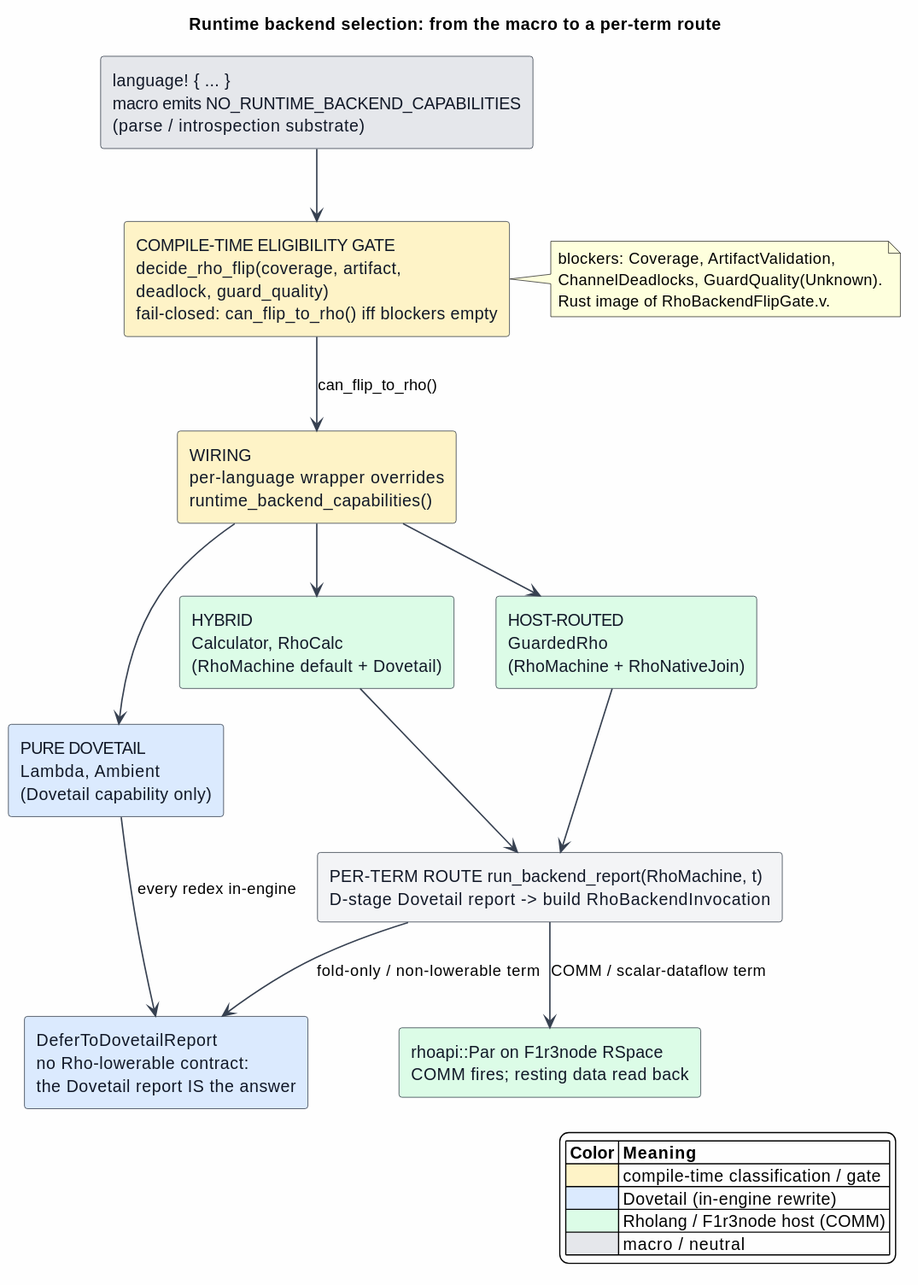
Before: docs/architecture/figures/backend-selection.svg, a diagram exported from PlantUML (F1R3FLY-io/mettail-rust). Source of this version:
```plantuml
@startuml
title Runtime backend selection: from the macro to a per-term route

skinparam backgroundColor #FEFEFE
skinparam shadowing false
skinparam ArrowColor #374151
skinparam ArrowThickness 1.2
skinparam rectangle {
  BorderColor #1F2937
  FontColor #111827
}

rectangle "language! { ... }\nmacro emits NO_RUNTIME_BACKEND_CAPABILITIES\n(parse / introspection substrate)" as MACRO #E5E7EB

rectangle "COMPILE-TIME ELIGIBILITY GATE\ndecide_rho_flip(coverage, artifact,\ndeadlock, guard_quality)\nfail-closed: can_flip_to_rho() iff blockers empty" as GATE #FEF3C7

rectangle "WIRING\nper-language wrapper overrides\nruntime_backend_capabilities()" as WIRE #FEF3C7

rectangle "PURE DOVETAIL\nLambda, Ambient\n(Dovetail capability only)" as DOVE #DBEAFE
rectangle "HYBRID\nCalculator, RhoCalc\n(RhoMachine default + Dovetail)" as HYBRID #DCFCE7
rectangle "HOST-ROUTED\nGuardedRho\n(RhoMachine + RhoNativeJoin)" as HOST #DCFCE7

rectangle "PER-TERM ROUTE   run_backend_report(RhoMachine, t)\nD-stage Dovetail report  ->  build RhoBackendInvocation" as ROUTE #F3F4F6
rectangle "DeferToDovetailReport\nno Rho-lowerable contract:\nthe Dovetail report IS the answer" as DEFER #DBEAFE
rectangle "rhoapi::Par on F1r3node RSpace\nCOMM fires; resting data read back" as PAR #DCFCE7

MACRO --> GATE
GATE --> WIRE : can_flip_to_rho()
WIRE --> DOVE
WIRE --> HYBRID
WIRE --> HOST
HYBRID --> ROUTE
HOST --> ROUTE
ROUTE --> DEFER : fold-only / non-lowerable term
ROUTE --> PAR : COMM / scalar-dataflow term
DOVE --> DEFER : every redex in-engine

note right of GATE
  blockers: Coverage, ArtifactValidation,
  ChannelDeadlocks, GuardQuality(Unknown).
  Rust image of RhoBackendFlipGate.v.
end note

legend right
|= Color |= Meaning |
|<#FEF3C7> | compile-time classification / gate |
|<#DBEAFE> | Dovetail (in-engine rewrite) |
|<#DCFCE7> | Rholang / F1r3node host (COMM) |
|<#E5E7EB> | macro / neutral |
endlegend
@enduml
```
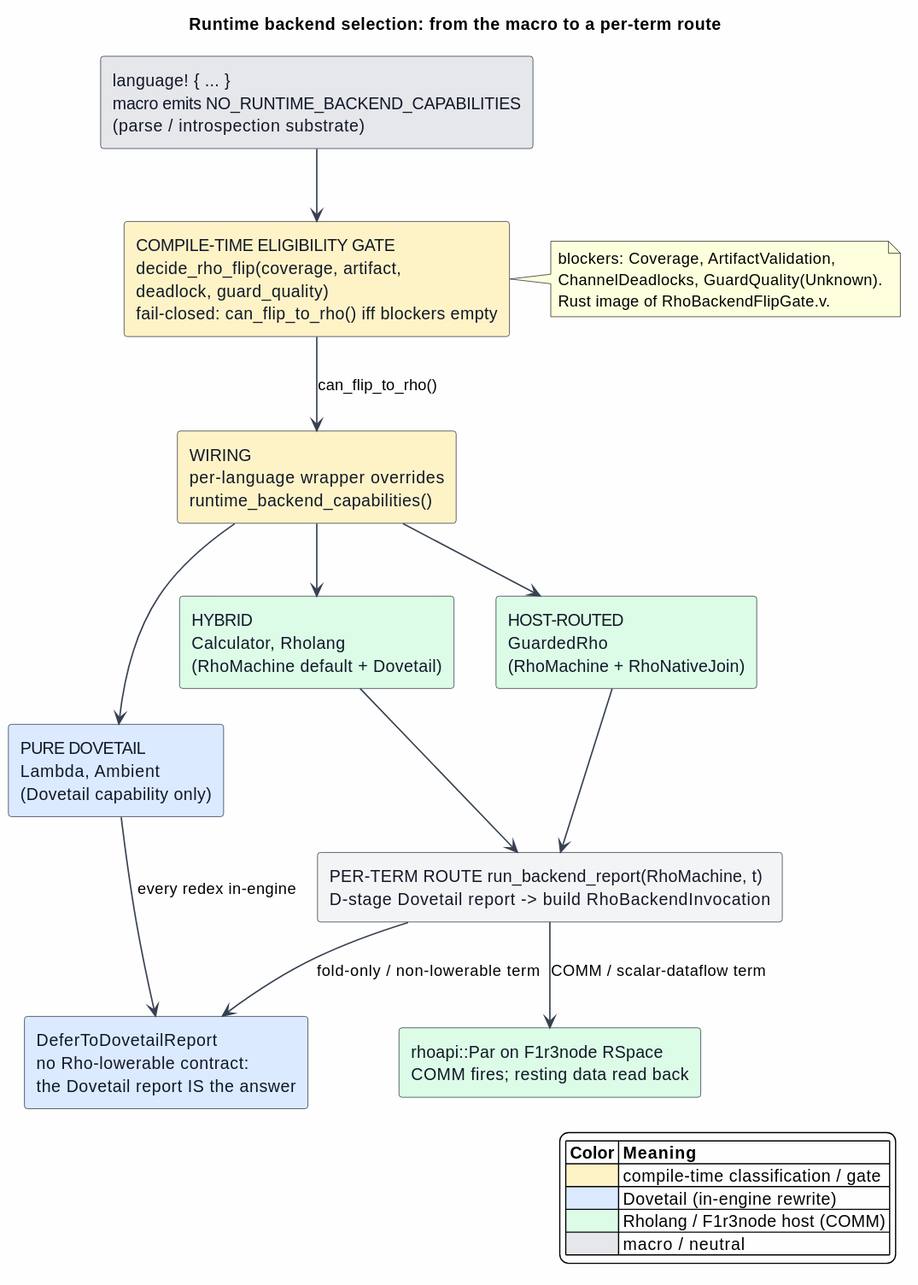
The same file after the commit.

What changed in the source:
```diff
@@ -17,7 +17,7 @@
 rectangle "WIRING\nper-language wrapper overrides\nruntime_backend_capabilities()" as WIRE #FEF3C7
 
 rectangle "PURE DOVETAIL\nLambda, Ambient\n(Dovetail capability only)" as DOVE #DBEAFE
-rectangle "HYBRID\nCalculator, RhoCalc\n(RhoMachine default + Dovetail)" as HYBRID #DCFCE7
+rectangle "HYBRID\nCalculator, Rholang\n(RhoMachine default + Dovetail)" as HYBRID #DCFCE7
 rectangle "HOST-ROUTED\nGuardedRho\n(RhoMachine + RhoNativeJoin)" as HOST #DCFCE7
 
 rectangle "PER-TERM ROUTE   run_backend_report(RhoMachine, t)\nD-stage Dovetail report  ->  build RhoBackendInvocation" as ROUTE #F3F4F6
```
